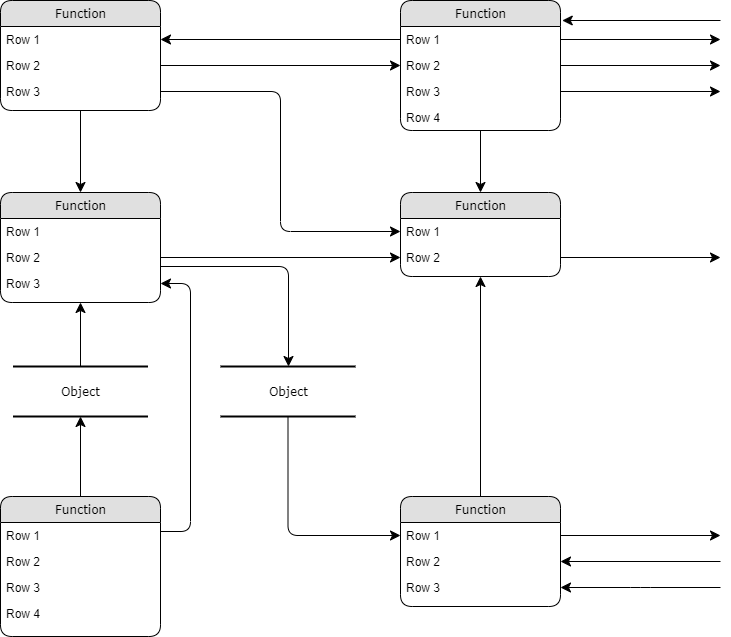
The draw.io diagram Untitled Diagram.png in diadntjr/HealMeApplication, before a commit. Source tidied: cells renumbered, new cells last; positions are measured from the earlier drawing's top-left corner, leaving out a move shared by most shapes.
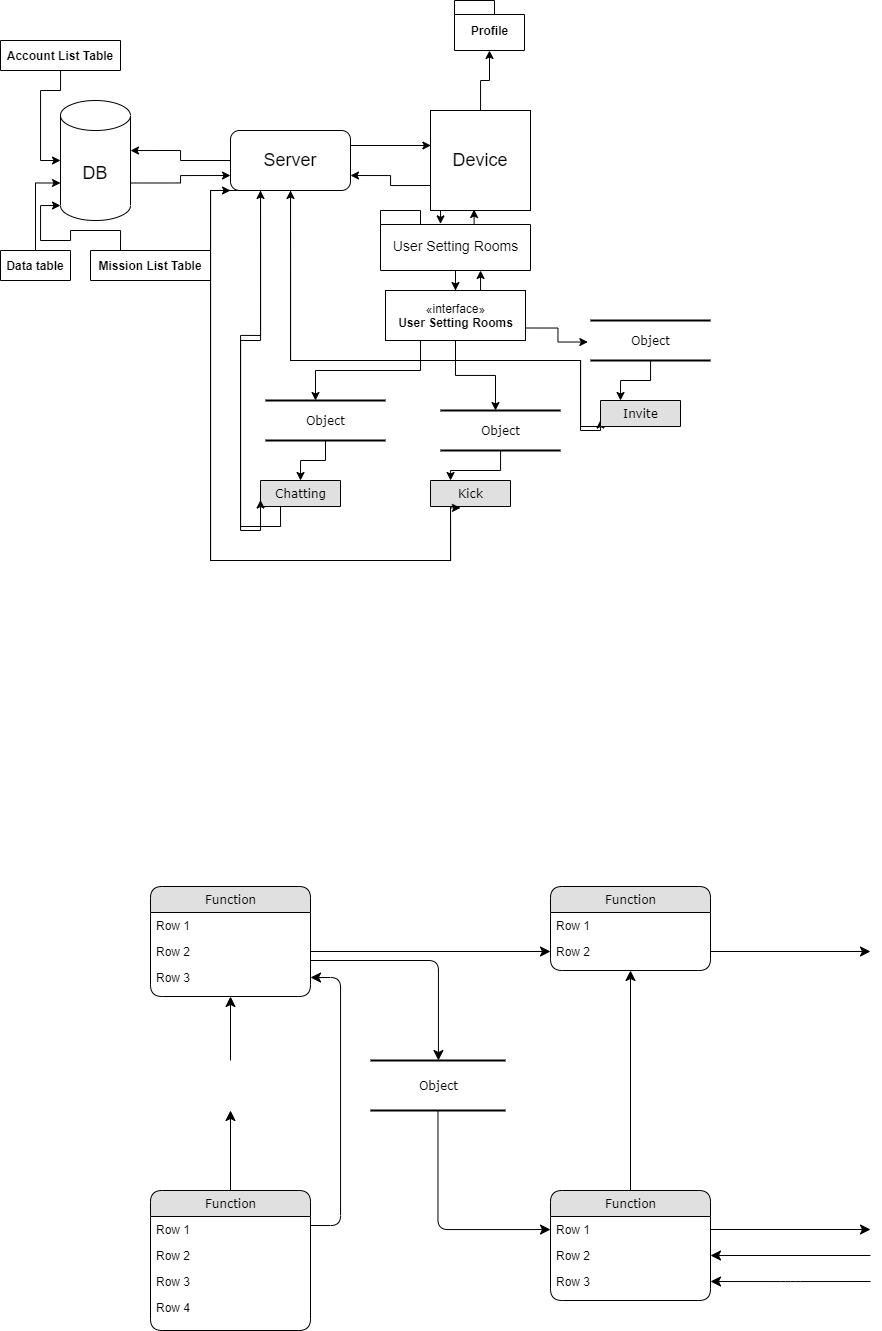
Later version of the same file.

What changed in the source:
```diff
@@ -2,36 +2,24 @@
   <root>
     <mxCell id="0" />
     <mxCell id="1" parent="0" />
-    <mxCell id="2" value="Object" style="html=1;rounded=0;shadow=0;comic=0;labelBackgroundColor=none;strokeWidth=2;fontFamily=Verdana;fontSize=12;align=center;shape=mxgraph.ios7ui.horLines;" parent="1" vertex="1">
-      <mxGeometry x="12.5" y="366" width="135" height="50" as="geometry" />
-    </mxCell>
+    <mxCell id="49" style="edgeStyle=orthogonalEdgeStyle;rounded=0;jettySize=auto;html=1;exitX=0.25;exitY=1;exitDx=0;exitDy=0;entryX=0.25;entryY=1;entryDx=0;entryDy=0;" parent="1" edge="1" source="3" target="64">
+      <mxGeometry relative="1" as="geometry" />
+    </mxCell>
-    <mxCell id="3" value="Function" style="swimlane;html=1;fontStyle=0;horizontal=1;startSize=26;fillColor=#e0e0e0;swimlaneFillColor=#ffffff;align=center;rounded=1;shadow=0;comic=0;labelBackgroundColor=none;strokeWidth=1;fontFamily=Verdana;fontSize=12;" parent="1" vertex="1">
-      <mxGeometry width="160" height="110" as="geometry" />
+    <mxCell id="3" value="Chatting" style="swimlane;html=1;fontStyle=0;horizontal=1;startSize=26;fillColor=#e0e0e0;swimlaneFillColor=#ffffff;align=center;rounded=1;shadow=0;comic=0;labelBackgroundColor=none;strokeWidth=1;fontFamily=Verdana;fontSize=12;" parent="1" vertex="1" collapsed="1">
+      <mxGeometry x="110" y="-214" width="80" height="26" as="geometry" />
     </mxCell>
-    <mxCell id="4" value="Row 1" style="text;html=1;strokeColor=none;fillColor=none;spacingLeft=4;spacingRight=4;whiteSpace=wrap;overflow=hidden;points=[[0,0.5],[1,0.5]];portConstraint=eastwest;" parent="3" vertex="1">
-      <mxGeometry y="26" width="160" height="26" as="geometry" />
-    </mxCell>
-    <mxCell id="5" value="Row 2" style="text;html=1;strokeColor=none;fillColor=none;spacingLeft=4;spacingRight=4;whiteSpace=wrap;overflow=hidden;points=[[0,0.5],[1,0.5]];portConstraint=eastwest;" parent="3" vertex="1">
-      <mxGeometry y="52" width="160" height="26" as="geometry" />
-    </mxCell>
-    <mxCell id="6" value="Row 3" style="text;html=1;strokeColor=none;fillColor=none;spacingLeft=4;spacingRight=4;whiteSpace=wrap;overflow=hidden;points=[[0,0.5],[1,0.5]];portConstraint=eastwest;" parent="3" vertex="1">
-      <mxGeometry y="78" width="160" height="26" as="geometry" />
-    </mxCell>
+    <mxCell id="50" style="edgeStyle=orthogonalEdgeStyle;rounded=0;jettySize=auto;html=1;exitX=0.25;exitY=1;exitDx=0;exitDy=0;entryX=0;entryY=1;entryDx=0;entryDy=0;" parent="1" edge="1" source="7" target="64">
+      <mxGeometry relative="1" as="geometry">
+        <Array as="points">
+          <mxPoint x="300" y="-134" />
+          <mxPoint x="60" y="-134" />
+          <mxPoint x="60" y="-504" />
+        </Array>
+      </mxGeometry>
+    </mxCell>
-    <mxCell id="7" value="Function" style="swimlane;html=1;fontStyle=0;horizontal=1;startSize=26;fillColor=#e0e0e0;swimlaneFillColor=#ffffff;align=center;rounded=1;shadow=0;comic=0;labelBackgroundColor=none;strokeWidth=1;fontFamily=Verdana;fontSize=12;" parent="1" vertex="1">
-      <mxGeometry x="400" width="160" height="130" as="geometry" />
+    <mxCell id="7" value="Kick" style="swimlane;html=1;fontStyle=0;horizontal=1;startSize=26;fillColor=#e0e0e0;swimlaneFillColor=#ffffff;align=center;rounded=1;shadow=0;comic=0;labelBackgroundColor=none;strokeWidth=1;fontFamily=Verdana;fontSize=12;" parent="1" vertex="1" collapsed="1">
+      <mxGeometry x="280" y="-214" width="80" height="26" as="geometry" />
     </mxCell>
-    <mxCell id="8" value="Row 1" style="text;html=1;strokeColor=none;fillColor=none;spacingLeft=4;spacingRight=4;whiteSpace=wrap;overflow=hidden;points=[[0,0.5],[1,0.5]];portConstraint=eastwest;" parent="7" vertex="1">
-      <mxGeometry y="26" width="160" height="26" as="geometry" />
-    </mxCell>
-    <mxCell id="9" value="Row 2" style="text;html=1;strokeColor=none;fillColor=none;spacingLeft=4;spacingRight=4;whiteSpace=wrap;overflow=hidden;points=[[0,0.5],[1,0.5]];portConstraint=eastwest;" parent="7" vertex="1">
-      <mxGeometry y="52" width="160" height="26" as="geometry" />
-    </mxCell>
-    <mxCell id="10" value="Row 3" style="text;html=1;strokeColor=none;fillColor=none;spacingLeft=4;spacingRight=4;whiteSpace=wrap;overflow=hidden;points=[[0,0.5],[1,0.5]];portConstraint=eastwest;" parent="7" vertex="1">
-      <mxGeometry y="78" width="160" height="26" as="geometry" />
-    </mxCell>
-    <mxCell id="11" value="Row 4" style="text;html=1;strokeColor=none;fillColor=none;spacingLeft=4;spacingRight=4;whiteSpace=wrap;overflow=hidden;" parent="7" vertex="1">
-      <mxGeometry y="104" width="160" height="26" as="geometry" />
-    </mxCell>
     <mxCell id="12" value="Function" style="swimlane;html=1;fontStyle=0;horizontal=1;startSize=26;fillColor=#e0e0e0;swimlaneFillColor=#ffffff;align=center;rounded=1;shadow=0;comic=0;labelBackgroundColor=none;strokeWidth=1;fontFamily=Verdana;fontSize=12;" parent="1" vertex="1">
       <mxGeometry y="192" width="160" height="110" as="geometry" />
     </mxCell>
@@ -83,11 +71,15 @@
     <mxCell id="28" value="Object" style="html=1;rounded=0;shadow=0;comic=0;labelBackgroundColor=none;strokeWidth=2;fontFamily=Verdana;fontSize=12;align=center;shape=mxgraph.ios7ui.horLines;" parent="1" vertex="1">
       <mxGeometry x="220" y="366" width="135" height="50" as="geometry" />
     </mxCell>
-    <mxCell id="29" style="edgeStyle=none;html=1;labelBackgroundColor=none;startFill=0;startSize=8;endFill=1;endSize=8;fontFamily=Verdana;fontSize=12;" parent="1" edge="1" source="16" target="2">
-      <mxGeometry relative="1" as="geometry" />
+    <mxCell id="29" style="edgeStyle=none;html=1;labelBackgroundColor=none;startFill=0;startSize=8;endFill=1;endSize=8;fontFamily=Verdana;fontSize=12;" parent="1" edge="1" source="16">
+      <mxGeometry relative="1" as="geometry">
+        <mxPoint x="80" y="416" as="targetPoint" />
+      </mxGeometry>
     </mxCell>
-    <mxCell id="30" style="edgeStyle=none;html=1;labelBackgroundColor=none;startFill=0;startSize=8;endFill=1;endSize=8;fontFamily=Verdana;fontSize=12;" parent="1" edge="1" source="2" target="12">
-      <mxGeometry relative="1" as="geometry" />
+    <mxCell id="30" style="edgeStyle=none;html=1;labelBackgroundColor=none;startFill=0;startSize=8;endFill=1;endSize=8;fontFamily=Verdana;fontSize=12;" parent="1" edge="1" target="12">
+      <mxGeometry relative="1" as="geometry">
+        <mxPoint x="80" y="366" as="sourcePoint" />
+      </mxGeometry>
     </mxCell>
     <mxCell id="31" style="edgeStyle=orthogonalEdgeStyle;html=1;labelBackgroundColor=none;startFill=0;startSize=8;endFill=1;endSize=8;fontFamily=Verdana;fontSize=12;exitX=1;exitY=0.25;entryX=1;entryY=0.5;" parent="1" edge="1" source="16" target="15">
       <mxGeometry relative="1" as="geometry">
@@ -107,24 +99,9 @@
         </Array>
       </mxGeometry>
     </mxCell>
-    <mxCell id="34" style="edgeStyle=orthogonalEdgeStyle;html=1;labelBackgroundColor=none;startFill=0;startSize=8;endFill=1;endSize=8;fontFamily=Verdana;fontSize=12;" parent="1" edge="1" source="3" target="12">
-      <mxGeometry relative="1" as="geometry" />
-    </mxCell>
     <mxCell id="35" style="edgeStyle=orthogonalEdgeStyle;html=1;labelBackgroundColor=none;startFill=0;startSize=8;endFill=1;endSize=8;fontFamily=Verdana;fontSize=12;" parent="1" edge="1" source="24" target="21">
       <mxGeometry relative="1" as="geometry" />
     </mxCell>
-    <mxCell id="36" style="edgeStyle=orthogonalEdgeStyle;html=1;labelBackgroundColor=none;startFill=0;startSize=8;endFill=1;endSize=8;fontFamily=Verdana;fontSize=12;" parent="1" edge="1" source="7" target="21">
-      <mxGeometry relative="1" as="geometry" />
-    </mxCell>
-    <mxCell id="37" style="edgeStyle=orthogonalEdgeStyle;html=1;entryX=0;entryY=0.5;labelBackgroundColor=none;startFill=0;startSize=8;endFill=1;endSize=8;fontFamily=Verdana;fontSize=12;exitX=1;exitY=0.5;" parent="1" edge="1" source="5" target="9">
-      <mxGeometry relative="1" as="geometry" />
-    </mxCell>
-    <mxCell id="38" style="edgeStyle=orthogonalEdgeStyle;html=1;exitX=0;exitY=0.5;entryX=1;entryY=0.5;labelBackgroundColor=none;startFill=0;startSize=8;endFill=1;endSize=8;fontFamily=Verdana;fontSize=12;" parent="1" edge="1" source="8" target="4">
-      <mxGeometry relative="1" as="geometry" />
-    </mxCell>
-    <mxCell id="39" style="edgeStyle=orthogonalEdgeStyle;html=1;exitX=1;exitY=0.5;entryX=0;entryY=0.5;labelBackgroundColor=none;startFill=0;startSize=8;endFill=1;endSize=8;fontFamily=Verdana;fontSize=12;" parent="1" edge="1" source="6" target="22">
-      <mxGeometry relative="1" as="geometry" />
-    </mxCell>
     <mxCell id="40" style="edgeStyle=orthogonalEdgeStyle;html=1;exitX=1;exitY=0.5;entryX=0;entryY=0.5;labelBackgroundColor=none;startFill=0;startSize=8;endFill=1;endSize=8;fontFamily=Verdana;fontSize=12;" parent="1" edge="1" source="14" target="23">
       <mxGeometry relative="1" as="geometry" />
     </mxCell>
@@ -155,28 +132,143 @@
         </Array>
       </mxGeometry>
     </mxCell>
-    <mxCell id="45" style="edgeStyle=orthogonalEdgeStyle;html=1;exitX=1;exitY=0.5;labelBackgroundColor=none;startFill=0;startSize=8;endFill=1;endSize=8;fontFamily=Verdana;fontSize=12;" parent="1" edge="1" source="8">
-      <mxGeometry relative="1" as="geometry">
-        <mxPoint x="720" y="39" as="targetPoint" />
-      </mxGeometry>
-    </mxCell>
-    <mxCell id="46" style="edgeStyle=orthogonalEdgeStyle;html=1;exitX=1;exitY=0.5;labelBackgroundColor=none;startFill=0;startSize=8;endFill=1;endSize=8;fontFamily=Verdana;fontSize=12;" parent="1" edge="1" source="9">
-      <mxGeometry relative="1" as="geometry">
-        <mxPoint x="720" y="65" as="targetPoint" />
-      </mxGeometry>
-    </mxCell>
-    <mxCell id="47" style="edgeStyle=orthogonalEdgeStyle;html=1;exitX=1;exitY=0.5;labelBackgroundColor=none;startFill=0;startSize=8;endFill=1;endSize=8;fontFamily=Verdana;fontSize=12;" parent="1" edge="1" source="10">
-      <mxGeometry relative="1" as="geometry">
-        <mxPoint x="720" y="91" as="targetPoint" />
-      </mxGeometry>
-    </mxCell>
-    <mxCell id="48" style="edgeStyle=elbowEdgeStyle;html=1;labelBackgroundColor=none;startFill=0;startSize=8;endFill=1;endSize=8;fontFamily=Verdana;fontSize=12;elbow=vertical;entryX=1.011;entryY=0.152;entryPerimeter=0;" parent="1" edge="1" target="7">
-      <mxGeometry relative="1" as="geometry">
-        <mxPoint x="720" y="20" as="sourcePoint" />
-        <Array as="points">
-          <mxPoint x="650" y="20" />
-        </Array>
-      </mxGeometry>
-    </mxCell>
+    <mxCell id="51" style="edgeStyle=orthogonalEdgeStyle;rounded=0;jettySize=auto;html=1;exitX=1;exitY=0;exitDx=0;exitDy=82.5;exitPerimeter=0;entryX=0;entryY=0.75;entryDx=0;entryDy=0;" parent="1" edge="1" source="52" target="64">
+      <mxGeometry relative="1" as="geometry" />
+    </mxCell>
+    <mxCell id="52" value="&lt;font style=&quot;font-size: 18px&quot;&gt;DB&lt;/font&gt;" style="shape=cylinder3;whiteSpace=wrap;html=1;boundedLbl=1;backgroundOutline=1;size=15;" parent="1" vertex="1">
+      <mxGeometry x="-90" y="-594" width="70" height="120" as="geometry" />
+    </mxCell>
+    <mxCell id="53" style="edgeStyle=orthogonalEdgeStyle;rounded=0;jettySize=auto;html=1;exitX=0.5;exitY=0;exitDx=0;exitDy=0;entryX=0;entryY=0;entryDx=0;entryDy=82.5;entryPerimeter=0;" parent="1" edge="1" source="54" target="52">
+      <mxGeometry relative="1" as="geometry" />
+    </mxCell>
+    <mxCell id="54" value="Data table" style="shape=table;startSize=30;rowLines=0;fontStyle=1;align=center;" parent="1" vertex="1" collapsed="1">
+      <mxGeometry x="-150" y="-444" width="70" height="30" as="geometry" />
+    </mxCell>
+    <mxCell id="55" style="edgeStyle=orthogonalEdgeStyle;rounded=0;jettySize=auto;html=1;entryX=0;entryY=0.5;entryDx=0;entryDy=0;entryPerimeter=0;" parent="1" edge="1" source="56" target="52">
+      <mxGeometry relative="1" as="geometry" />
+    </mxCell>
+    <mxCell id="56" value="Account List Table" style="shape=table;startSize=30;rowLines=0;fontStyle=1;align=center;" parent="1" vertex="1" collapsed="1">
+      <mxGeometry x="-150" y="-654" width="120" height="30" as="geometry" />
+    </mxCell>
+    <mxCell id="57" style="edgeStyle=orthogonalEdgeStyle;rounded=0;jettySize=auto;html=1;exitX=0.25;exitY=0;exitDx=0;exitDy=0;entryX=0;entryY=1;entryDx=0;entryDy=-15;entryPerimeter=0;" parent="1" edge="1" source="58" target="52">
+      <mxGeometry relative="1" as="geometry" />
+    </mxCell>
+    <mxCell id="58" value="Mission List Table" style="shape=table;startSize=30;rowLines=0;fontStyle=1;align=center;" parent="1" vertex="1" collapsed="1">
+      <mxGeometry x="-60" y="-444" width="120" height="30" as="geometry" />
+    </mxCell>
+    <mxCell id="59" style="edgeStyle=orthogonalEdgeStyle;rounded=0;jettySize=auto;html=1;exitX=0;exitY=0.5;exitDx=0;exitDy=0;entryX=1;entryY=0.417;entryDx=0;entryDy=0;entryPerimeter=0;" parent="1" edge="1" source="64" target="52">
+      <mxGeometry relative="1" as="geometry" />
+    </mxCell>
+    <mxCell id="60" style="edgeStyle=orthogonalEdgeStyle;rounded=0;jettySize=auto;html=1;exitX=1;exitY=0.25;exitDx=0;exitDy=0;entryX=0.004;entryY=0.35;entryDx=0;entryDy=0;entryPerimeter=0;" parent="1" edge="1" source="64" target="68">
+      <mxGeometry relative="1" as="geometry" />
+    </mxCell>
+    <mxCell id="61" style="edgeStyle=orthogonalEdgeStyle;rounded=0;jettySize=auto;html=1;exitX=0.5;exitY=1;exitDx=0;exitDy=0;entryX=0;entryY=0.75;entryDx=0;entryDy=0;" parent="1" edge="1" source="64" target="3">
+      <mxGeometry relative="1" as="geometry">
+        <Array as="points">
+          <mxPoint x="110" y="-504" />
+          <mxPoint x="110" y="-354" />
+          <mxPoint x="90" y="-354" />
+          <mxPoint x="90" y="-164" />
+          <mxPoint x="110" y="-164" />
+        </Array>
+      </mxGeometry>
+    </mxCell>
+    <mxCell id="62" style="edgeStyle=orthogonalEdgeStyle;rounded=0;jettySize=auto;html=1;exitX=0.25;exitY=1;exitDx=0;exitDy=0;entryX=0.375;entryY=1.054;entryDx=0;entryDy=0;entryPerimeter=0;" parent="1" edge="1" source="64" target="7">
+      <mxGeometry relative="1" as="geometry">
+        <Array as="points">
+          <mxPoint x="60" y="-504" />
+          <mxPoint x="60" y="-134" />
+          <mxPoint x="300" y="-134" />
+          <mxPoint x="300" y="-187" />
+        </Array>
+      </mxGeometry>
+    </mxCell>
+    <mxCell id="63" style="edgeStyle=orthogonalEdgeStyle;rounded=0;jettySize=auto;html=1;exitX=0.75;exitY=1;exitDx=0;exitDy=0;entryX=0;entryY=0.75;entryDx=0;entryDy=0;" parent="1" edge="1" source="64" target="84">
+      <mxGeometry relative="1" as="geometry">
+        <Array as="points">
+          <mxPoint x="140" y="-504" />
+          <mxPoint x="140" y="-334" />
+          <mxPoint x="430" y="-334" />
+          <mxPoint x="430" y="-264" />
+          <mxPoint x="450" y="-264" />
+        </Array>
+      </mxGeometry>
+    </mxCell>
+    <mxCell id="64" value="&lt;font style=&quot;font-size: 18px&quot;&gt;Server&lt;/font&gt;" style="rounded=1;whiteSpace=wrap;html=1;" parent="1" vertex="1">
+      <mxGeometry x="80" y="-564" width="120" height="60" as="geometry" />
+    </mxCell>
+    <mxCell id="65" style="edgeStyle=orthogonalEdgeStyle;rounded=0;jettySize=auto;html=1;exitX=0;exitY=0.75;exitDx=0;exitDy=0;entryX=1;entryY=0.75;entryDx=0;entryDy=0;" parent="1" edge="1" source="68" target="64">
+      <mxGeometry relative="1" as="geometry" />
+    </mxCell>
+    <mxCell id="66" style="edgeStyle=orthogonalEdgeStyle;rounded=0;jettySize=auto;html=1;exitX=0.25;exitY=1;exitDx=0;exitDy=0;entryX=0.4;entryY=0.223;entryDx=0;entryDy=0;entryPerimeter=0;" parent="1" edge="1" source="68" target="74">
+      <mxGeometry relative="1" as="geometry" />
+    </mxCell>
+    <mxCell id="67" style="edgeStyle=orthogonalEdgeStyle;rounded=0;jettySize=auto;html=1;entryX=0.5;entryY=1;entryDx=0;entryDy=0;entryPerimeter=0;" parent="1" edge="1" source="68" target="85">
+      <mxGeometry relative="1" as="geometry" />
+    </mxCell>
+    <mxCell id="68" value="&lt;font style=&quot;font-size: 18px&quot;&gt;Device&lt;/font&gt;" style="whiteSpace=wrap;html=1;" parent="1" vertex="1">
+      <mxGeometry x="280" y="-584" width="100" height="100" as="geometry" />
+    </mxCell>
+    <mxCell id="69" style="edgeStyle=orthogonalEdgeStyle;rounded=0;jettySize=auto;html=1;exitX=0.25;exitY=1;exitDx=0;exitDy=0;entryX=0.5;entryY=0;entryDx=0;entryDy=0;" parent="1" edge="1" source="77">
+      <mxGeometry relative="1" as="geometry">
+        <mxPoint x="165" y="-294" as="targetPoint" />
+      </mxGeometry>
+    </mxCell>
+    <mxCell id="70" style="edgeStyle=orthogonalEdgeStyle;rounded=0;jettySize=auto;html=1;exitX=0.5;exitY=1;exitDx=0;exitDy=0;entryX=0.5;entryY=0;entryDx=0;entryDy=0;" parent="1" edge="1" source="77">
+      <mxGeometry relative="1" as="geometry">
+        <mxPoint x="345" y="-284" as="targetPoint" />
+      </mxGeometry>
+    </mxCell>
+    <mxCell id="71" style="edgeStyle=orthogonalEdgeStyle;rounded=0;jettySize=auto;html=1;entryX=0.5;entryY=0;entryDx=0;entryDy=0;" parent="1" edge="1" source="78" target="3">
+      <mxGeometry relative="1" as="geometry" />
+    </mxCell>
+    <mxCell id="72" style="edgeStyle=orthogonalEdgeStyle;rounded=0;jettySize=auto;html=1;exitX=0;exitY=0;exitDx=95;exitDy=14;exitPerimeter=0;entryX=0.436;entryY=0.99;entryDx=0;entryDy=0;entryPerimeter=0;" parent="1" edge="1" source="74" target="68">
+      <mxGeometry relative="1" as="geometry" />
+    </mxCell>
+    <mxCell id="73" style="edgeStyle=orthogonalEdgeStyle;rounded=0;jettySize=auto;html=1;exitX=0.5;exitY=1;exitDx=0;exitDy=0;exitPerimeter=0;" parent="1" edge="1" source="74" target="77">
+      <mxGeometry relative="1" as="geometry" />
+    </mxCell>
+    <mxCell id="74" value="&lt;span style=&quot;font-size: 14px ; font-weight: 400&quot;&gt;User Setting Rooms&lt;/span&gt;" style="shape=folder;fontStyle=1;spacingTop=10;tabWidth=40;tabHeight=14;tabPosition=left;html=1;" parent="1" vertex="1">
+      <mxGeometry x="230" y="-484" width="150" height="60" as="geometry" />
+    </mxCell>
+    <mxCell id="75" style="edgeStyle=orthogonalEdgeStyle;rounded=0;jettySize=auto;html=1;exitX=0.75;exitY=0;exitDx=0;exitDy=0;entryX=0.667;entryY=1;entryDx=0;entryDy=0;entryPerimeter=0;" parent="1" edge="1" source="77" target="74">
+      <mxGeometry relative="1" as="geometry" />
+    </mxCell>
+    <mxCell id="76" style="edgeStyle=orthogonalEdgeStyle;rounded=0;jettySize=auto;html=1;exitX=1;exitY=0.75;exitDx=0;exitDy=0;entryX=-0.022;entryY=0.538;entryDx=0;entryDy=0;entryPerimeter=0;" parent="1" edge="1" source="77" target="82">
+      <mxGeometry relative="1" as="geometry" />
+    </mxCell>
+    <mxCell id="77" value="«interface»&lt;br&gt;&lt;b&gt;User Setting Rooms&lt;/b&gt;" style="html=1;" parent="1" vertex="1">
+      <mxGeometry x="235" y="-404" width="140" height="50" as="geometry" />
+    </mxCell>
+    <mxCell id="78" value="Object" style="html=1;rounded=0;shadow=0;comic=0;labelBackgroundColor=none;strokeWidth=2;fontFamily=Verdana;fontSize=12;align=center;shape=mxgraph.ios7ui.horLines;" parent="1" vertex="1">
+      <mxGeometry x="115" y="-294" width="120" height="40" as="geometry" />
+    </mxCell>
+    <mxCell id="79" style="edgeStyle=orthogonalEdgeStyle;rounded=0;jettySize=auto;html=1;entryX=0.25;entryY=0;entryDx=0;entryDy=0;" parent="1" edge="1" source="80" target="7">
+      <mxGeometry relative="1" as="geometry" />
+    </mxCell>
+    <mxCell id="80" value="Object" style="html=1;rounded=0;shadow=0;comic=0;labelBackgroundColor=none;strokeWidth=2;fontFamily=Verdana;fontSize=12;align=center;shape=mxgraph.ios7ui.horLines;" parent="1" vertex="1">
+      <mxGeometry x="290" y="-284" width="120" height="40" as="geometry" />
+    </mxCell>
+    <mxCell id="81" style="edgeStyle=orthogonalEdgeStyle;rounded=0;jettySize=auto;html=1;entryX=0.25;entryY=0;entryDx=0;entryDy=0;" parent="1" edge="1" source="82" target="84">
+      <mxGeometry relative="1" as="geometry" />
+    </mxCell>
+    <mxCell id="82" value="Object" style="html=1;rounded=0;shadow=0;comic=0;labelBackgroundColor=none;strokeWidth=2;fontFamily=Verdana;fontSize=12;align=center;shape=mxgraph.ios7ui.horLines;" parent="1" vertex="1">
+      <mxGeometry x="440" y="-374" width="120" height="40" as="geometry" />
+    </mxCell>
+    <mxCell id="83" style="edgeStyle=orthogonalEdgeStyle;rounded=0;jettySize=auto;html=1;exitX=0.25;exitY=1;exitDx=0;exitDy=0;entryX=0.5;entryY=1;entryDx=0;entryDy=0;" parent="1" edge="1" source="84" target="64">
+      <mxGeometry relative="1" as="geometry">
+        <Array as="points">
+          <mxPoint x="430" y="-268" />
+          <mxPoint x="430" y="-334" />
+          <mxPoint x="140" y="-334" />
+        </Array>
+      </mxGeometry>
+    </mxCell>
+    <mxCell id="84" value="Invite" style="swimlane;html=1;fontStyle=0;horizontal=1;startSize=26;fillColor=#e0e0e0;swimlaneFillColor=#ffffff;align=center;rounded=1;shadow=0;comic=0;labelBackgroundColor=none;strokeWidth=1;fontFamily=Verdana;fontSize=12;" parent="1" vertex="1" collapsed="1">
+      <mxGeometry x="450" y="-294" width="80" height="26" as="geometry" />
+    </mxCell>
+    <mxCell id="85" value="Profile" style="shape=folder;fontStyle=1;spacingTop=10;tabWidth=40;tabHeight=14;tabPosition=left;html=1;" parent="1" vertex="1">
+      <mxGeometry x="304" y="-694" width="70" height="50" as="geometry" />
+    </mxCell>
   </root>
 </mxGraphModel>
```
